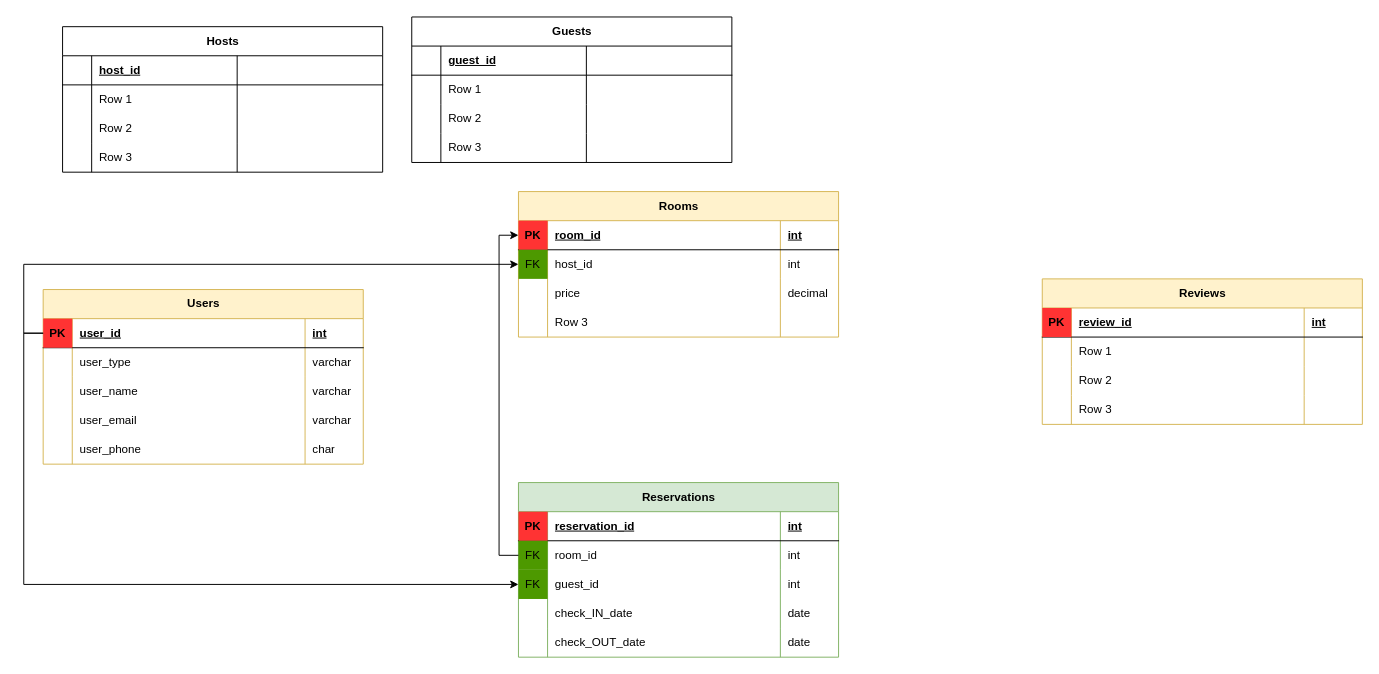
The draw.io diagram airbnb_diagram.drawio in Olha-Zhernosek/projector_homeworks, before the edit. Source tidied: cells renumbered, new cells numbered last; positions are measured from the earlier drawing's top-left corner, leaving out a move shared by most shapes. Both pictures are drawn from the tidied source at 97%, with x=0, y=0 at pixel (43, 16).
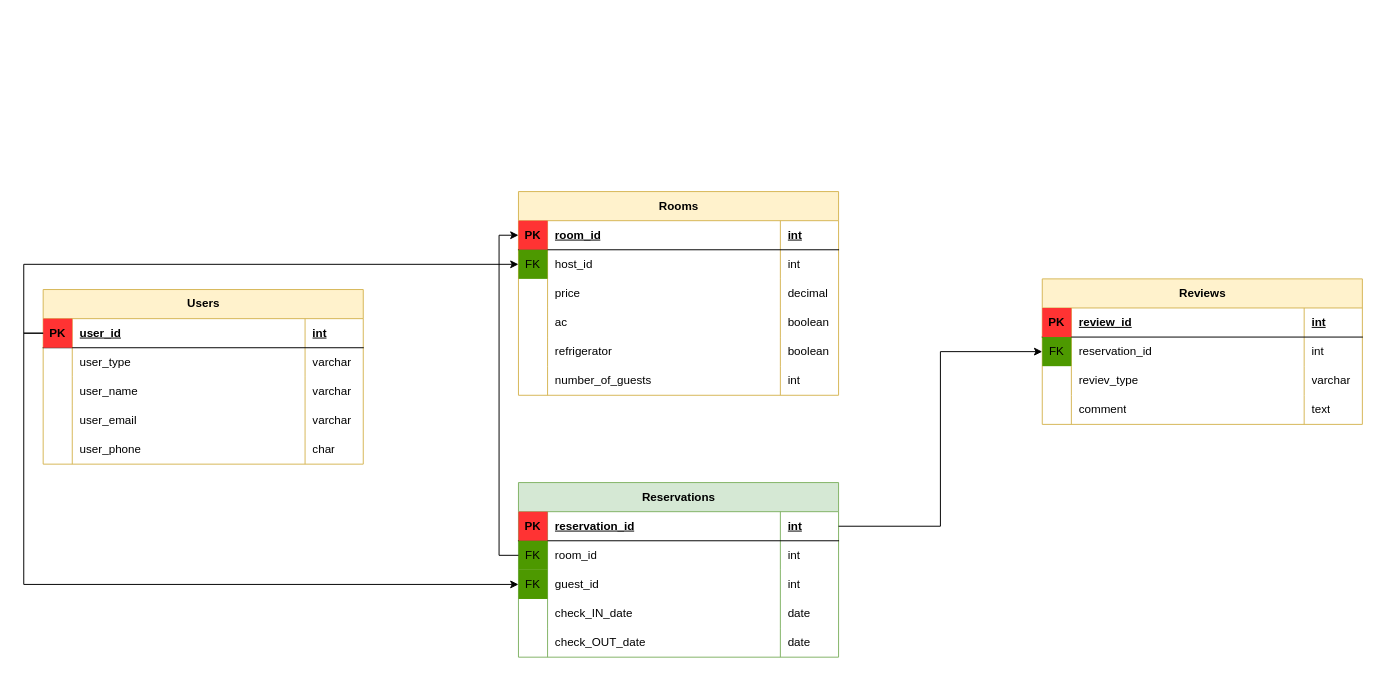
Above is the later version.

Unchanged cells that the change refers to:
```xml
<mxCell id="23" value="Reviews" style="shape=table;startSize=30;childLayout=tableLayout;rowLines=0;fontStyle=1;align=center;html=1;fillColor=#fff2cc;strokeColor=#d6b656;" parent="1" vertex="1">
  <mxGeometry x="1030" y="270" width="330" height="150" as="geometry" />
</mxCell>
<mxCell id="28" style="shape=tableRow;horizontal=0;startSize=0;swimlaneHead=0;swimlaneBody=0;fillColor=none;top=0;left=0;right=0;bottom=0;" parent="23" vertex="1">
  <mxGeometry y="60" width="330" height="30" as="geometry" />
</mxCell>
<mxCell id="32" style="shape=tableRow;horizontal=0;startSize=0;swimlaneHead=0;swimlaneBody=0;fillColor=none;top=0;left=0;right=0;bottom=0;" parent="23" vertex="1">
  <mxGeometry y="90" width="330" height="30" as="geometry" />
</mxCell>
<mxCell id="36" style="shape=tableRow;horizontal=0;startSize=0;swimlaneHead=0;swimlaneBody=0;fillColor=none;top=0;left=0;right=0;bottom=0;" parent="23" vertex="1">
  <mxGeometry y="120" width="330" height="30" as="geometry" />
</mxCell>
<mxCell id="41" style="shape=tableRow;horizontal=0;startSize=0;swimlaneHead=0;swimlaneBody=0;fillColor=none;points=[[0,0.5],[1,0.5]];portConstraint=eastwest;top=0;left=0;right=0;bottom=1;" parent="40" vertex="1">
  <mxGeometry y="30" width="330" height="30" as="geometry" />
</mxCell>
<mxCell id="74" style="shape=tableRow;horizontal=0;startSize=0;swimlaneHead=0;swimlaneBody=0;fillColor=none;top=0;left=0;right=0;bottom=0;" parent="61" vertex="1">
  <mxGeometry y="120" width="330" height="30" as="geometry" />
</mxCell>
```

Change to the diagram source:
```diff
@@
-    <mxCell id="29" style="shape=partialRectangle;fillColor=none;top=0;left=0;bottom=0;right=0;overflow=hidden;whiteSpace=wrap;html=1;" parent="28" vertex="1">
+    <mxCell id="29" value="FK" style="shape=partialRectangle;fillColor=#4D9900;top=0;left=0;bottom=0;right=0;overflow=hidden;whiteSpace=wrap;html=1;" parent="28" vertex="1">
       <mxGeometry width="30" height="30" as="geometry" />
     </mxCell>
-    <mxCell id="30" value="Row 1" style="shape=partialRectangle;fillColor=none;top=0;left=0;bottom=0;right=0;align=left;spacingLeft=6;overflow=hidden;whiteSpace=wrap;html=1;" parent="28" vertex="1">
+    <mxCell id="30" value="reservation_id" style="shape=partialRectangle;fillColor=none;top=0;left=0;bottom=0;right=0;align=left;spacingLeft=6;overflow=hidden;whiteSpace=wrap;html=1;" parent="28" vertex="1">
       <mxGeometry x="30" width="240" height="30" as="geometry" />
     </mxCell>
-    <mxCell id="31" style="shape=partialRectangle;fillColor=none;top=0;left=0;bottom=0;right=0;align=left;spacingLeft=6;overflow=hidden;whiteSpace=wrap;html=1;" parent="28" vertex="1">
+    <mxCell id="31" value="int" style="shape=partialRectangle;fillColor=none;top=0;left=0;bottom=0;right=0;align=left;spacingLeft=6;overflow=hidden;whiteSpace=wrap;html=1;" parent="28" vertex="1">
       <mxGeometry x="270" width="60" height="30" as="geometry" />
     </mxCell>
@@
-    <mxCell id="34" value="Row 2" style="shape=partialRectangle;fillColor=none;top=0;left=0;bottom=0;right=0;align=left;spacingLeft=6;overflow=hidden;whiteSpace=wrap;html=1;" parent="32" vertex="1">
+    <mxCell id="34" value="reviev_type" style="shape=partialRectangle;fillColor=none;top=0;left=0;bottom=0;right=0;align=left;spacingLeft=6;overflow=hidden;whiteSpace=wrap;html=1;" parent="32" vertex="1">
       <mxGeometry x="30" width="240" height="30" as="geometry" />
     </mxCell>
-    <mxCell id="35" style="shape=partialRectangle;fillColor=none;top=0;left=0;bottom=0;right=0;align=left;spacingLeft=6;overflow=hidden;whiteSpace=wrap;html=1;" parent="32" vertex="1">
+    <mxCell id="35" value="varchar" style="shape=partialRectangle;fillColor=none;top=0;left=0;bottom=0;right=0;align=left;spacingLeft=6;overflow=hidden;whiteSpace=wrap;html=1;" parent="32" vertex="1">
       <mxGeometry x="270" width="60" height="30" as="geometry" />
     </mxCell>
@@
-    <mxCell id="38" value="Row 3" style="shape=partialRectangle;fillColor=none;top=0;left=0;bottom=0;right=0;align=left;spacingLeft=6;overflow=hidden;whiteSpace=wrap;html=1;" parent="36" vertex="1">
+    <mxCell id="38" value="comment" style="shape=partialRectangle;fillColor=none;top=0;left=0;bottom=0;right=0;align=left;spacingLeft=6;overflow=hidden;whiteSpace=wrap;html=1;" parent="36" vertex="1">
       <mxGeometry x="30" width="240" height="30" as="geometry" />
     </mxCell>
-    <mxCell id="39" style="shape=partialRectangle;fillColor=none;top=0;left=0;bottom=0;right=0;align=left;spacingLeft=6;overflow=hidden;whiteSpace=wrap;html=1;" parent="36" vertex="1">
+    <mxCell id="39" value="text" style="shape=partialRectangle;fillColor=none;top=0;left=0;bottom=0;right=0;align=left;spacingLeft=6;overflow=hidden;whiteSpace=wrap;html=1;" parent="36" vertex="1">
       <mxGeometry x="270" width="60" height="30" as="geometry" />
     </mxCell>
@@
     <mxCell id="61" value="Rooms" style="shape=table;startSize=30;childLayout=tableLayout;rowLines=0;fontStyle=1;align=center;html=1;fillColor=#fff2cc;strokeColor=#d6b656;" parent="1" vertex="1">
-      <mxGeometry x="490" y="180" width="330" height="150" as="geometry" />
+      <mxGeometry x="490" y="180" width="330" height="210" as="geometry" />
     </mxCell>
@@
-    <mxCell id="76" value="Row 3" style="shape=partialRectangle;fillColor=none;top=0;left=0;bottom=0;right=0;align=left;spacingLeft=6;overflow=hidden;whiteSpace=wrap;html=1;" parent="74" vertex="1">
+    <mxCell id="76" value="ac" style="shape=partialRectangle;fillColor=none;top=0;left=0;bottom=0;right=0;align=left;spacingLeft=6;overflow=hidden;whiteSpace=wrap;html=1;" parent="74" vertex="1">
       <mxGeometry x="30" width="240" height="30" as="geometry" />
     </mxCell>
-    <mxCell id="77" style="shape=partialRectangle;fillColor=none;top=0;left=0;bottom=0;right=0;align=left;spacingLeft=6;overflow=hidden;whiteSpace=wrap;html=1;" parent="74" vertex="1">
+    <mxCell id="77" value="boolean" style="shape=partialRectangle;fillColor=none;top=0;left=0;bottom=0;right=0;align=left;spacingLeft=6;overflow=hidden;whiteSpace=wrap;html=1;" parent="74" vertex="1">
       <mxGeometry x="270" width="60" height="30" as="geometry" />
     </mxCell>
-    <mxCell id="78" value="Hosts" style="shape=table;startSize=30;childLayout=tableLayout;rowLines=0;fontStyle=1;align=center;html=1;" parent="1" vertex="1">
-      <mxGeometry x="20" y="10" width="330" height="150" as="geometry" />
-    </mxCell>
-    <mxCell id="79" style="shape=tableRow;horizontal=0;startSize=0;swimlaneHead=0;swimlaneBody=0;fillColor=none;top=0;left=0;right=0;bottom=1;" parent="78" vertex="1">
-      <mxGeometry y="30" width="330" height="30" as="geometry" />
-    </mxCell>
-    <mxCell id="80" style="shape=partialRectangle;fillColor=none;top=0;left=0;bottom=0;right=0;fontStyle=1;overflow=hidden;whiteSpace=wrap;html=1;" parent="79" vertex="1">
-      <mxGeometry width="30" height="30" as="geometry" />
-    </mxCell>
-    <mxCell id="81" value="host_id" style="shape=partialRectangle;fillColor=none;top=0;left=0;bottom=0;right=0;align=left;spacingLeft=6;fontStyle=5;overflow=hidden;whiteSpace=wrap;html=1;" parent="79" vertex="1">
-      <mxGeometry x="30" width="150" height="30" as="geometry" />
-    </mxCell>
-    <mxCell id="82" style="shape=partialRectangle;fillColor=none;top=0;left=0;bottom=0;right=0;align=left;spacingLeft=6;fontStyle=5;overflow=hidden;whiteSpace=wrap;html=1;" parent="79" vertex="1">
-      <mxGeometry x="180" width="150" height="30" as="geometry" />
-    </mxCell>
-    <mxCell id="83" style="shape=tableRow;horizontal=0;startSize=0;swimlaneHead=0;swimlaneBody=0;fillColor=none;top=0;left=0;right=0;bottom=0;" parent="78" vertex="1">
-      <mxGeometry y="60" width="330" height="30" as="geometry" />
-    </mxCell>
-    <mxCell id="84" style="shape=partialRectangle;fillColor=none;top=0;left=0;bottom=0;right=0;overflow=hidden;whiteSpace=wrap;html=1;" parent="83" vertex="1">
-      <mxGeometry width="30" height="30" as="geometry" />
-    </mxCell>
-    <mxCell id="85" value="Row 1" style="shape=partialRectangle;fillColor=none;top=0;left=0;bottom=0;right=0;align=left;spacingLeft=6;overflow=hidden;whiteSpace=wrap;html=1;" parent="83" vertex="1">
-      <mxGeometry x="30" width="150" height="30" as="geometry" />
-    </mxCell>
-    <mxCell id="86" style="shape=partialRectangle;fillColor=none;top=0;left=0;bottom=0;right=0;align=left;spacingLeft=6;overflow=hidden;whiteSpace=wrap;html=1;" parent="83" vertex="1">
-      <mxGeometry x="180" width="150" height="30" as="geometry" />
-    </mxCell>
-    <mxCell id="87" style="shape=tableRow;horizontal=0;startSize=0;swimlaneHead=0;swimlaneBody=0;fillColor=none;top=0;left=0;right=0;bottom=0;" parent="78" vertex="1">
-      <mxGeometry y="90" width="330" height="30" as="geometry" />
-    </mxCell>
-    <mxCell id="88" style="shape=partialRectangle;fillColor=none;top=0;left=0;bottom=0;right=0;overflow=hidden;whiteSpace=wrap;html=1;" parent="87" vertex="1">
-      <mxGeometry width="30" height="30" as="geometry" />
-    </mxCell>
-    <mxCell id="89" value="Row 2" style="shape=partialRectangle;fillColor=none;top=0;left=0;bottom=0;right=0;align=left;spacingLeft=6;overflow=hidden;whiteSpace=wrap;html=1;" parent="87" vertex="1">
-      <mxGeometry x="30" width="150" height="30" as="geometry" />
-    </mxCell>
-    <mxCell id="90" style="shape=partialRectangle;fillColor=none;top=0;left=0;bottom=0;right=0;align=left;spacingLeft=6;overflow=hidden;whiteSpace=wrap;html=1;" parent="87" vertex="1">
-      <mxGeometry x="180" width="150" height="30" as="geometry" />
-    </mxCell>
-    <mxCell id="91" style="shape=tableRow;horizontal=0;startSize=0;swimlaneHead=0;swimlaneBody=0;fillColor=none;top=0;left=0;right=0;bottom=0;" parent="78" vertex="1">
-      <mxGeometry y="120" width="330" height="30" as="geometry" />
-    </mxCell>
-    <mxCell id="92" style="shape=partialRectangle;fillColor=none;top=0;left=0;bottom=0;right=0;overflow=hidden;whiteSpace=wrap;html=1;" parent="91" vertex="1">
-      <mxGeometry width="30" height="30" as="geometry" />
-    </mxCell>
-    <mxCell id="93" value="Row 3" style="shape=partialRectangle;fillColor=none;top=0;left=0;bottom=0;right=0;align=left;spacingLeft=6;overflow=hidden;whiteSpace=wrap;html=1;" parent="91" vertex="1">
-      <mxGeometry x="30" width="150" height="30" as="geometry" />
-    </mxCell>
-    <mxCell id="94" style="shape=partialRectangle;fillColor=none;top=0;left=0;bottom=0;right=0;align=left;spacingLeft=6;overflow=hidden;whiteSpace=wrap;html=1;" parent="91" vertex="1">
-      <mxGeometry x="180" width="150" height="30" as="geometry" />
-    </mxCell>
-    <mxCell id="95" value="Guests" style="shape=table;startSize=30;childLayout=tableLayout;rowLines=0;fontStyle=1;align=center;html=1;" parent="1" vertex="1">
-      <mxGeometry x="380" width="330" height="150" as="geometry" />
-    </mxCell>
-    <mxCell id="96" style="shape=tableRow;horizontal=0;startSize=0;swimlaneHead=0;swimlaneBody=0;fillColor=none;top=0;left=0;right=0;bottom=1;" parent="95" vertex="1">
-      <mxGeometry y="30" width="330" height="30" as="geometry" />
-    </mxCell>
-    <mxCell id="97" style="shape=partialRectangle;fillColor=none;top=0;left=0;bottom=0;right=0;fontStyle=1;overflow=hidden;whiteSpace=wrap;html=1;" parent="96" vertex="1">
-      <mxGeometry width="30" height="30" as="geometry" />
-    </mxCell>
-    <mxCell id="98" value="guest_id" style="shape=partialRectangle;fillColor=none;top=0;left=0;bottom=0;right=0;align=left;spacingLeft=6;fontStyle=5;overflow=hidden;whiteSpace=wrap;html=1;" parent="96" vertex="1">
-      <mxGeometry x="30" width="150" height="30" as="geometry" />
-    </mxCell>
-    <mxCell id="99" style="shape=partialRectangle;fillColor=none;top=0;left=0;bottom=0;right=0;align=left;spacingLeft=6;fontStyle=5;overflow=hidden;whiteSpace=wrap;html=1;" parent="96" vertex="1">
-      <mxGeometry x="180" width="150" height="30" as="geometry" />
-    </mxCell>
-    <mxCell id="100" style="shape=tableRow;horizontal=0;startSize=0;swimlaneHead=0;swimlaneBody=0;fillColor=none;top=0;left=0;right=0;bottom=0;" parent="95" vertex="1">
-      <mxGeometry y="60" width="330" height="30" as="geometry" />
-    </mxCell>
-    <mxCell id="101" style="shape=partialRectangle;fillColor=none;top=0;left=0;bottom=0;right=0;overflow=hidden;whiteSpace=wrap;html=1;" parent="100" vertex="1">
-      <mxGeometry width="30" height="30" as="geometry" />
-    </mxCell>
-    <mxCell id="102" value="Row 1" style="shape=partialRectangle;fillColor=none;top=0;left=0;bottom=0;right=0;align=left;spacingLeft=6;overflow=hidden;whiteSpace=wrap;html=1;" parent="100" vertex="1">
-      <mxGeometry x="30" width="150" height="30" as="geometry" />
-    </mxCell>
-    <mxCell id="103" style="shape=partialRectangle;fillColor=none;top=0;left=0;bottom=0;right=0;align=left;spacingLeft=6;overflow=hidden;whiteSpace=wrap;html=1;" parent="100" vertex="1">
-      <mxGeometry x="180" width="150" height="30" as="geometry" />
-    </mxCell>
-    <mxCell id="104" style="shape=tableRow;horizontal=0;startSize=0;swimlaneHead=0;swimlaneBody=0;fillColor=none;top=0;left=0;right=0;bottom=0;" parent="95" vertex="1">
-      <mxGeometry y="90" width="330" height="30" as="geometry" />
-    </mxCell>
-    <mxCell id="105" style="shape=partialRectangle;fillColor=none;top=0;left=0;bottom=0;right=0;overflow=hidden;whiteSpace=wrap;html=1;" parent="104" vertex="1">
-      <mxGeometry width="30" height="30" as="geometry" />
-    </mxCell>
-    <mxCell id="106" value="Row 2" style="shape=partialRectangle;fillColor=none;top=0;left=0;bottom=0;right=0;align=left;spacingLeft=6;overflow=hidden;whiteSpace=wrap;html=1;" parent="104" vertex="1">
-      <mxGeometry x="30" width="150" height="30" as="geometry" />
-    </mxCell>
-    <mxCell id="107" style="shape=partialRectangle;fillColor=none;top=0;left=0;bottom=0;right=0;align=left;spacingLeft=6;overflow=hidden;whiteSpace=wrap;html=1;" parent="104" vertex="1">
-      <mxGeometry x="180" width="150" height="30" as="geometry" />
-    </mxCell>
-    <mxCell id="108" style="shape=tableRow;horizontal=0;startSize=0;swimlaneHead=0;swimlaneBody=0;fillColor=none;top=0;left=0;right=0;bottom=0;" parent="95" vertex="1">
-      <mxGeometry y="120" width="330" height="30" as="geometry" />
-    </mxCell>
-    <mxCell id="109" style="shape=partialRectangle;fillColor=none;top=0;left=0;bottom=0;right=0;overflow=hidden;whiteSpace=wrap;html=1;" parent="108" vertex="1">
-      <mxGeometry width="30" height="30" as="geometry" />
-    </mxCell>
-    <mxCell id="110" value="Row 3" style="shape=partialRectangle;fillColor=none;top=0;left=0;bottom=0;right=0;align=left;spacingLeft=6;overflow=hidden;whiteSpace=wrap;html=1;" parent="108" vertex="1">
-      <mxGeometry x="30" width="150" height="30" as="geometry" />
-    </mxCell>
-    <mxCell id="111" style="shape=partialRectangle;fillColor=none;top=0;left=0;bottom=0;right=0;align=left;spacingLeft=6;overflow=hidden;whiteSpace=wrap;html=1;" parent="108" vertex="1">
-      <mxGeometry x="180" width="150" height="30" as="geometry" />
-    </mxCell>
+    <mxCell id="115" style="shape=tableRow;horizontal=0;startSize=0;swimlaneHead=0;swimlaneBody=0;fillColor=none;top=0;left=0;right=0;bottom=0;" parent="61" vertex="1">
+      <mxGeometry y="150" width="330" height="30" as="geometry" />
+    </mxCell>
+    <mxCell id="116" style="shape=partialRectangle;fillColor=none;top=0;left=0;bottom=0;right=0;overflow=hidden;whiteSpace=wrap;html=1;" parent="115" vertex="1">
+      <mxGeometry width="30" height="30" as="geometry" />
+    </mxCell>
+    <mxCell id="117" value="refrigerator" style="shape=partialRectangle;fillColor=none;top=0;left=0;bottom=0;right=0;align=left;spacingLeft=6;overflow=hidden;whiteSpace=wrap;html=1;" parent="115" vertex="1">
+      <mxGeometry x="30" width="240" height="30" as="geometry" />
+    </mxCell>
+    <mxCell id="118" value="boolean" style="shape=partialRectangle;fillColor=none;top=0;left=0;bottom=0;right=0;align=left;spacingLeft=6;overflow=hidden;whiteSpace=wrap;html=1;" parent="115" vertex="1">
+      <mxGeometry x="270" width="60" height="30" as="geometry" />
+    </mxCell>
+    <mxCell id="119" style="shape=tableRow;horizontal=0;startSize=0;swimlaneHead=0;swimlaneBody=0;fillColor=none;top=0;left=0;right=0;bottom=0;" parent="61" vertex="1">
+      <mxGeometry y="180" width="330" height="30" as="geometry" />
+    </mxCell>
+    <mxCell id="120" style="shape=partialRectangle;fillColor=none;top=0;left=0;bottom=0;right=0;overflow=hidden;whiteSpace=wrap;html=1;" parent="119" vertex="1">
+      <mxGeometry width="30" height="30" as="geometry" />
+    </mxCell>
+    <mxCell id="121" value="number_of_guests" style="shape=partialRectangle;fillColor=none;top=0;left=0;bottom=0;right=0;align=left;spacingLeft=6;overflow=hidden;whiteSpace=wrap;html=1;" parent="119" vertex="1">
+      <mxGeometry x="30" width="240" height="30" as="geometry" />
+    </mxCell>
+    <mxCell id="122" value="int" style="shape=partialRectangle;fillColor=none;top=0;left=0;bottom=0;right=0;align=left;spacingLeft=6;overflow=hidden;whiteSpace=wrap;html=1;" parent="119" vertex="1">
+      <mxGeometry x="270" width="60" height="30" as="geometry" />
+    </mxCell>
@@
+    <mxCell id="123" style="edgeStyle=orthogonalEdgeStyle;rounded=0;jettySize=auto;html=1;exitX=1;exitY=0.5;exitDx=0;exitDy=0;entryX=0;entryY=0.5;entryDx=0;entryDy=0;" parent="1" edge="1" source="41" target="23">
+      <mxGeometry relative="1" as="geometry" />
+    </mxCell>
```
